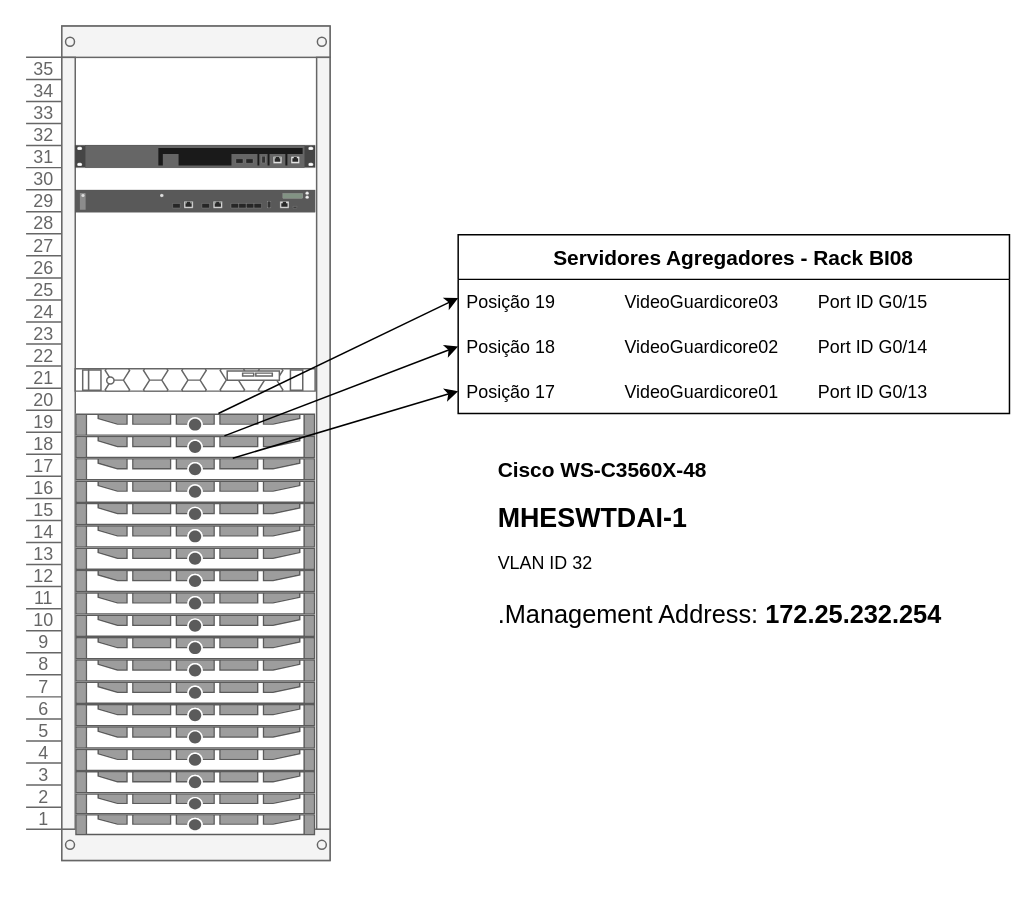
This is infra_VOC.drawio from eloyx3x/Diagramas, a draw.io file, before an edit. Source tidied: cells renumbered, new cells numbered last; positions are measured from the earlier drawing's top-left corner, leaving out a move shared by most shapes. Both pictures are drawn from the tidied source at 149%, with x=0, y=0 at pixel (25, 25).
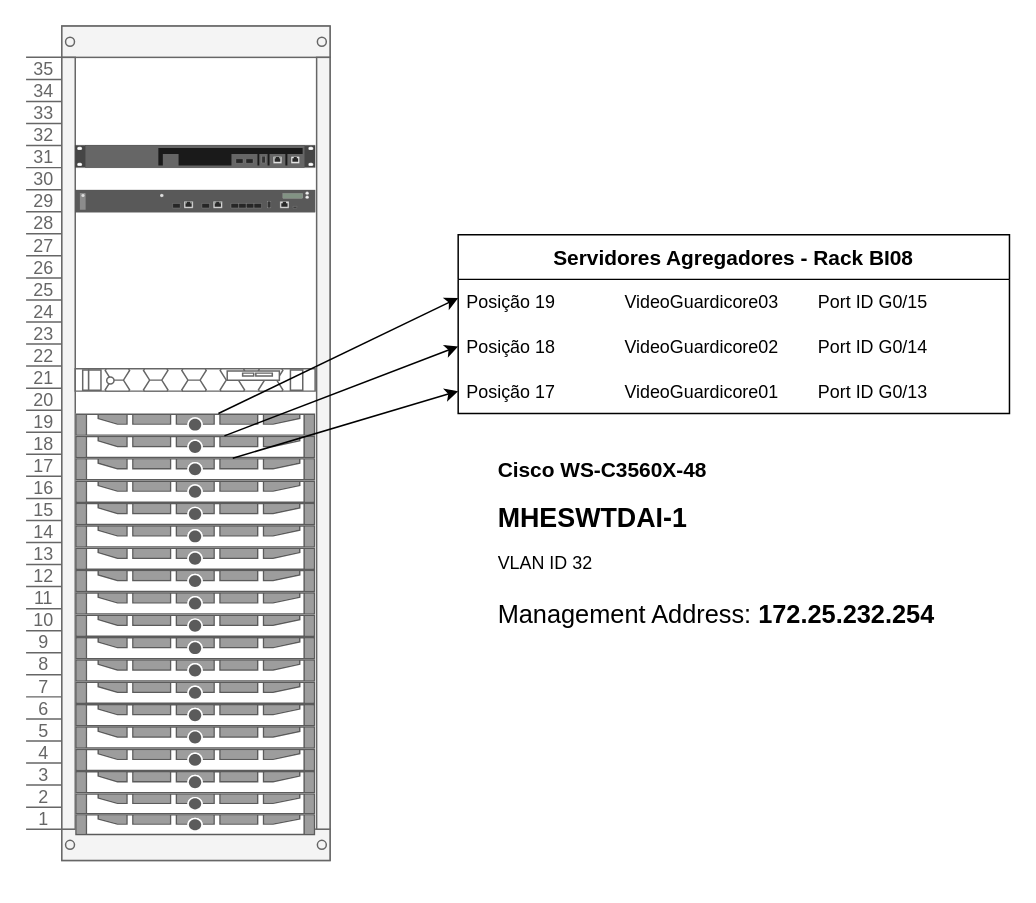
After the change.

The edit, as a diff of the source:
```diff
@@
-    <mxCell id="32" value="&lt;h1 style=&quot;font-size: 18px;&quot;&gt;&lt;font style=&quot;font-size: 14px;&quot;&gt;Cisco WS-C3560X-48&lt;/font&gt;&lt;/h1&gt;&lt;h1 style=&quot;font-size: 18px;&quot;&gt;&lt;font style=&quot;font-size: 18px;&quot;&gt;MHESWTDAI-1&lt;/font&gt;&lt;/h1&gt;&lt;p&gt;VLAN ID 32&lt;/p&gt;&lt;p style=&quot;font-size: 17px;&quot;&gt;.Management Address: &lt;b&gt;&lt;font style=&quot;font-size: 17px;&quot;&gt;172.25.232.254&lt;/font&gt;&lt;/b&gt;&lt;br&gt;&lt;/p&gt;" style="text;html=1;strokeColor=none;fillColor=none;spacing=5;spacingTop=-20;whiteSpace=wrap;overflow=hidden;rounded=0;" parent="1" vertex="1">
+    <mxCell id="32" value="&lt;h1 style=&quot;font-size: 18px;&quot;&gt;&lt;font style=&quot;font-size: 14px;&quot;&gt;Cisco WS-C3560X-48&lt;/font&gt;&lt;/h1&gt;&lt;h1 style=&quot;font-size: 18px;&quot;&gt;&lt;font style=&quot;font-size: 18px;&quot;&gt;MHESWTDAI-1&lt;/font&gt;&lt;/h1&gt;&lt;p&gt;VLAN ID 32&lt;/p&gt;&lt;p style=&quot;font-size: 17px;&quot;&gt;Management Address: &lt;b&gt;&lt;font style=&quot;font-size: 17px;&quot;&gt;172.25.232.254&lt;/font&gt;&lt;/b&gt;&lt;br&gt;&lt;/p&gt;" style="text;html=1;strokeColor=none;fillColor=none;spacing=5;spacingTop=-20;whiteSpace=wrap;overflow=hidden;rounded=0;" parent="1" vertex="1">
       <mxGeometry x="312" y="285" width="326" height="155" as="geometry" />
     </mxCell>
```
